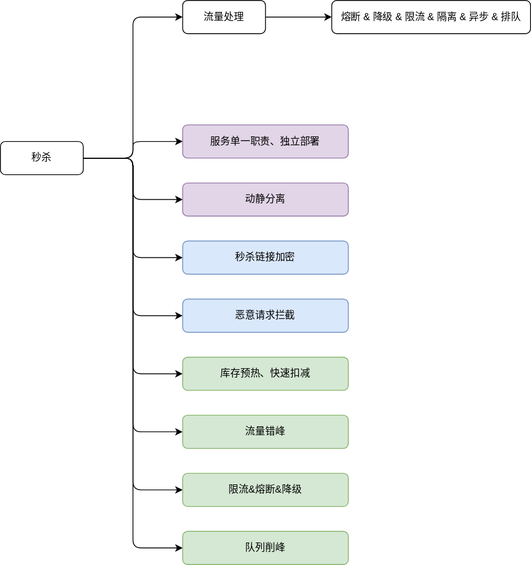
Earlier version of the draw.io export diagrams/design/01.秒杀.svg (Alice52/diagrams). Source tidied: cells renumbered, new cells last; positions are measured from the earlier drawing's top-left corner, leaving out a move shared by most shapes. The source it was exported from:
```xml
<mxGraphModel>
  <root>
    <mxCell id="0" />
    <mxCell id="1" parent="0" />
    <mxCell id="2" style="edgeStyle=orthogonalEdgeStyle;rounded=1;jettySize=auto;html=1;entryX=0;entryY=0.5;entryDx=0;entryDy=0;" parent="1" edge="1" source="11" target="13">
      <mxGeometry relative="1" as="geometry" />
    </mxCell>
    <mxCell id="3" style="edgeStyle=orthogonalEdgeStyle;rounded=1;jettySize=auto;html=1;" parent="1" edge="1" source="11" target="15">
      <mxGeometry relative="1" as="geometry" />
    </mxCell>
    <mxCell id="4" style="edgeStyle=orthogonalEdgeStyle;rounded=1;jettySize=auto;html=1;entryX=0;entryY=0.5;entryDx=0;entryDy=0;" parent="1" edge="1" source="11" target="16">
      <mxGeometry relative="1" as="geometry" />
    </mxCell>
    <mxCell id="5" style="edgeStyle=orthogonalEdgeStyle;rounded=1;jettySize=auto;html=1;entryX=0;entryY=0.5;entryDx=0;entryDy=0;" parent="1" edge="1" source="11" target="17">
      <mxGeometry relative="1" as="geometry" />
    </mxCell>
    <mxCell id="6" style="edgeStyle=orthogonalEdgeStyle;rounded=1;jettySize=auto;html=1;entryX=0;entryY=0.5;entryDx=0;entryDy=0;" parent="1" edge="1" source="11" target="18">
      <mxGeometry relative="1" as="geometry" />
    </mxCell>
    <mxCell id="7" style="edgeStyle=orthogonalEdgeStyle;rounded=1;jettySize=auto;html=1;entryX=0;entryY=0.5;entryDx=0;entryDy=0;" parent="1" edge="1" source="11" target="19">
      <mxGeometry relative="1" as="geometry" />
    </mxCell>
    <mxCell id="8" style="edgeStyle=orthogonalEdgeStyle;rounded=1;jettySize=auto;html=1;entryX=0;entryY=0.5;entryDx=0;entryDy=0;" parent="1" edge="1" source="11" target="20">
      <mxGeometry relative="1" as="geometry" />
    </mxCell>
    <mxCell id="9" style="edgeStyle=orthogonalEdgeStyle;rounded=1;jettySize=auto;html=1;entryX=0;entryY=0.5;entryDx=0;entryDy=0;" parent="1" edge="1" source="11" target="21">
      <mxGeometry relative="1" as="geometry" />
    </mxCell>
    <mxCell id="10" style="edgeStyle=orthogonalEdgeStyle;rounded=1;jettySize=auto;html=1;entryX=0;entryY=0.5;entryDx=0;entryDy=0;" parent="1" edge="1" source="11" target="22">
      <mxGeometry relative="1" as="geometry" />
    </mxCell>
    <mxCell id="11" value="秒杀" style="rounded=1;whiteSpace=wrap;html=1;" parent="1" vertex="1">
      <mxGeometry y="170" width="100" height="40" as="geometry" />
    </mxCell>
    <mxCell id="12" style="edgeStyle=orthogonalEdgeStyle;rounded=0;jettySize=auto;html=1;" parent="1" edge="1" source="13" target="14">
      <mxGeometry relative="1" as="geometry" />
    </mxCell>
    <mxCell id="13" value="流量处理" style="rounded=1;whiteSpace=wrap;html=1;" parent="1" vertex="1">
      <mxGeometry x="220" width="100" height="40" as="geometry" />
    </mxCell>
    <mxCell id="14" value="熔断 &amp;amp; 降级 &amp;amp; 限流 &amp;amp; 隔离 &amp;amp; 异步 &amp;amp; 排队" style="rounded=1;whiteSpace=wrap;html=1;" parent="1" vertex="1">
      <mxGeometry x="400" width="240" height="40" as="geometry" />
    </mxCell>
    <mxCell id="15" value="服务单一职责、独立部署" style="rounded=1;whiteSpace=wrap;html=1;fillColor=#e1d5e7;strokeColor=#9673a6;" parent="1" vertex="1">
      <mxGeometry x="220" y="150" width="200" height="40" as="geometry" />
    </mxCell>
    <mxCell id="16" value="库存预热、快速扣减" style="rounded=1;whiteSpace=wrap;html=1;fillColor=#d5e8d4;strokeColor=#82b366;" parent="1" vertex="1">
      <mxGeometry x="220" y="430" width="200" height="40" as="geometry" />
    </mxCell>
    <mxCell id="17" value="秒杀链接加密" style="rounded=1;whiteSpace=wrap;html=1;fillColor=#dae8fc;strokeColor=#6c8ebf;" parent="1" vertex="1">
      <mxGeometry x="220" y="290" width="200" height="40" as="geometry" />
    </mxCell>
    <mxCell id="18" value="动静分离" style="rounded=1;whiteSpace=wrap;html=1;fillColor=#e1d5e7;strokeColor=#9673a6;" parent="1" vertex="1">
      <mxGeometry x="220" y="220" width="200" height="40" as="geometry" />
    </mxCell>
    <mxCell id="19" value="恶意请求拦截" style="rounded=1;whiteSpace=wrap;html=1;fillColor=#dae8fc;strokeColor=#6c8ebf;" parent="1" vertex="1">
      <mxGeometry x="220" y="360" width="200" height="40" as="geometry" />
    </mxCell>
    <mxCell id="20" value="流量错峰" style="rounded=1;whiteSpace=wrap;html=1;fillColor=#d5e8d4;strokeColor=#82b366;" parent="1" vertex="1">
      <mxGeometry x="220" y="500" width="200" height="40" as="geometry" />
    </mxCell>
    <mxCell id="21" value="限流&amp;amp;熔断&amp;amp;降级" style="rounded=1;whiteSpace=wrap;html=1;fillColor=#d5e8d4;strokeColor=#82b366;" parent="1" vertex="1">
      <mxGeometry x="220" y="570" width="200" height="40" as="geometry" />
    </mxCell>
    <mxCell id="22" value="队列削峰" style="rounded=1;whiteSpace=wrap;html=1;fillColor=#d5e8d4;strokeColor=#82b366;" parent="1" vertex="1">
      <mxGeometry x="220" y="640" width="200" height="40" as="geometry" />
    </mxCell>
  </root>
</mxGraphModel>
```
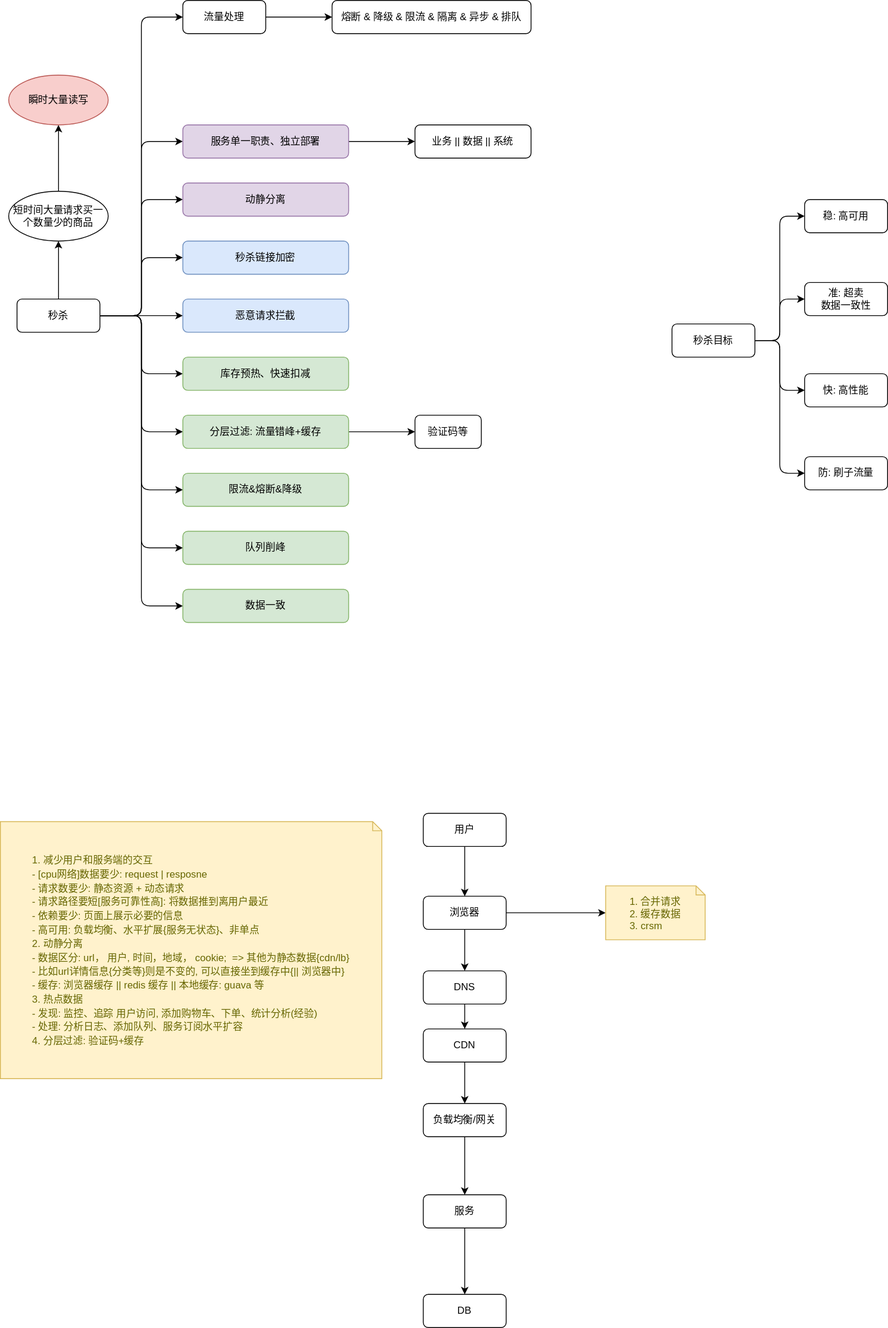
The same file after the commit.

Commit message:
digram: add seckill & dlock

The edit, as a diff of the source:
```diff
@@ -5,7 +5,7 @@
     <mxCell id="2" style="edgeStyle=orthogonalEdgeStyle;rounded=1;jettySize=auto;html=1;entryX=0;entryY=0.5;entryDx=0;entryDy=0;" parent="1" edge="1" source="11" target="13">
       <mxGeometry relative="1" as="geometry" />
     </mxCell>
-    <mxCell id="3" style="edgeStyle=orthogonalEdgeStyle;rounded=1;jettySize=auto;html=1;" parent="1" edge="1" source="11" target="15">
+    <mxCell id="3" style="edgeStyle=orthogonalEdgeStyle;rounded=1;jettySize=auto;html=1;entryX=0;entryY=0.5;entryDx=0;entryDy=0;" parent="1" edge="1" source="11" target="15">
       <mxGeometry relative="1" as="geometry" />
     </mxCell>
     <mxCell id="4" style="edgeStyle=orthogonalEdgeStyle;rounded=1;jettySize=auto;html=1;entryX=0;entryY=0.5;entryDx=0;entryDy=0;" parent="1" edge="1" source="11" target="16">
@@ -29,8 +29,14 @@
     <mxCell id="10" style="edgeStyle=orthogonalEdgeStyle;rounded=1;jettySize=auto;html=1;entryX=0;entryY=0.5;entryDx=0;entryDy=0;" parent="1" edge="1" source="11" target="22">
       <mxGeometry relative="1" as="geometry" />
     </mxCell>
+    <mxCell id="23" style="edgeStyle=orthogonalEdgeStyle;rounded=0;jettySize=auto;html=1;" parent="1" edge="1" source="11" target="28">
+      <mxGeometry relative="1" as="geometry" />
+    </mxCell>
+    <mxCell id="24" style="edgeStyle=orthogonalEdgeStyle;rounded=1;jettySize=auto;html=1;exitX=1;exitY=0.5;exitDx=0;exitDy=0;entryX=0;entryY=0.5;entryDx=0;entryDy=0;" parent="1" edge="1" source="11" target="57">
+      <mxGeometry relative="1" as="geometry" />
+    </mxCell>
     <mxCell id="11" value="秒杀" style="rounded=1;whiteSpace=wrap;html=1;" parent="1" vertex="1">
-      <mxGeometry y="170" width="100" height="40" as="geometry" />
+      <mxGeometry x="20" y="360" width="100" height="40" as="geometry" />
     </mxCell>
     <mxCell id="12" style="edgeStyle=orthogonalEdgeStyle;rounded=0;jettySize=auto;html=1;" parent="1" edge="1" source="13" target="14">
       <mxGeometry relative="1" as="geometry" />
@@ -41,6 +47,9 @@
     <mxCell id="14" value="熔断 &amp;amp; 降级 &amp;amp; 限流 &amp;amp; 隔离 &amp;amp; 异步 &amp;amp; 排队" style="rounded=1;whiteSpace=wrap;html=1;" parent="1" vertex="1">
       <mxGeometry x="400" width="240" height="40" as="geometry" />
     </mxCell>
+    <mxCell id="25" style="edgeStyle=orthogonalEdgeStyle;rounded=1;jettySize=auto;html=1;" parent="1" edge="1" source="15" target="55">
+      <mxGeometry relative="1" as="geometry" />
+    </mxCell>
     <mxCell id="15" value="服务单一职责、独立部署" style="rounded=1;whiteSpace=wrap;html=1;fillColor=#e1d5e7;strokeColor=#9673a6;" parent="1" vertex="1">
       <mxGeometry x="220" y="150" width="200" height="40" as="geometry" />
     </mxCell>
@@ -56,7 +65,10 @@
     <mxCell id="19" value="恶意请求拦截" style="rounded=1;whiteSpace=wrap;html=1;fillColor=#dae8fc;strokeColor=#6c8ebf;" parent="1" vertex="1">
       <mxGeometry x="220" y="360" width="200" height="40" as="geometry" />
     </mxCell>
+    <mxCell id="26" style="edgeStyle=orthogonalEdgeStyle;rounded=1;jettySize=auto;html=1;" parent="1" edge="1" source="20" target="56">
+      <mxGeometry relative="1" as="geometry" />
+    </mxCell>
-    <mxCell id="20" value="流量错峰" style="rounded=1;whiteSpace=wrap;html=1;fillColor=#d5e8d4;strokeColor=#82b366;" parent="1" vertex="1">
+    <mxCell id="20" value="分层过滤: 流量错峰+缓存" style="rounded=1;whiteSpace=wrap;html=1;fillColor=#d5e8d4;strokeColor=#82b366;" parent="1" vertex="1">
       <mxGeometry x="220" y="500" width="200" height="40" as="geometry" />
     </mxCell>
     <mxCell id="21" value="限流&amp;amp;熔断&amp;amp;降级" style="rounded=1;whiteSpace=wrap;html=1;fillColor=#d5e8d4;strokeColor=#82b366;" parent="1" vertex="1">
@@ -65,5 +77,98 @@
     <mxCell id="22" value="队列削峰" style="rounded=1;whiteSpace=wrap;html=1;fillColor=#d5e8d4;strokeColor=#82b366;" parent="1" vertex="1">
       <mxGeometry x="220" y="640" width="200" height="40" as="geometry" />
     </mxCell>
+    <mxCell id="27" style="edgeStyle=orthogonalEdgeStyle;rounded=0;jettySize=auto;html=1;" parent="1" edge="1" source="28" target="29">
+      <mxGeometry relative="1" as="geometry" />
+    </mxCell>
+    <mxCell id="28" value="短时间大量请求买一个数量少的商品" style="ellipse;whiteSpace=wrap;html=1;rounded=1;" parent="1" vertex="1">
+      <mxGeometry x="10" y="230" width="120" height="60" as="geometry" />
+    </mxCell>
+    <mxCell id="29" value="瞬时大量读写" style="ellipse;whiteSpace=wrap;html=1;rounded=1;fillColor=#f8cecc;strokeColor=#b85450;" parent="1" vertex="1">
+      <mxGeometry x="10" y="90" width="120" height="60" as="geometry" />
+    </mxCell>
+    <mxCell id="30" style="edgeStyle=orthogonalEdgeStyle;rounded=1;jettySize=auto;html=1;entryX=0;entryY=0.5;entryDx=0;entryDy=0;" parent="1" edge="1" source="34" target="35">
+      <mxGeometry relative="1" as="geometry" />
+    </mxCell>
+    <mxCell id="31" style="edgeStyle=orthogonalEdgeStyle;rounded=1;jettySize=auto;html=1;entryX=0;entryY=0.5;entryDx=0;entryDy=0;" parent="1" edge="1" source="34" target="36">
+      <mxGeometry relative="1" as="geometry" />
+    </mxCell>
+    <mxCell id="32" style="edgeStyle=orthogonalEdgeStyle;rounded=1;jettySize=auto;html=1;exitX=1;exitY=0.5;exitDx=0;exitDy=0;entryX=0;entryY=0.5;entryDx=0;entryDy=0;" parent="1" edge="1" source="34" target="37">
+      <mxGeometry relative="1" as="geometry" />
+    </mxCell>
+    <mxCell id="33" style="edgeStyle=orthogonalEdgeStyle;rounded=1;jettySize=auto;html=1;entryX=0;entryY=0.5;entryDx=0;entryDy=0;" parent="1" edge="1" source="34" target="38">
+      <mxGeometry relative="1" as="geometry" />
+    </mxCell>
+    <mxCell id="34" value="秒杀目标" style="rounded=1;whiteSpace=wrap;html=1;" parent="1" vertex="1">
+      <mxGeometry x="810" y="390" width="100" height="40" as="geometry" />
+    </mxCell>
+    <mxCell id="35" value="稳: 高可用" style="rounded=1;whiteSpace=wrap;html=1;" parent="1" vertex="1">
+      <mxGeometry x="970" y="240" width="100" height="40" as="geometry" />
+    </mxCell>
+    <mxCell id="36" value="准: 超卖&lt;br&gt;数据一致性" style="rounded=1;whiteSpace=wrap;html=1;" parent="1" vertex="1">
+      <mxGeometry x="970" y="340" width="100" height="40" as="geometry" />
+    </mxCell>
+    <mxCell id="37" value="快: 高性能" style="rounded=1;whiteSpace=wrap;html=1;" parent="1" vertex="1">
+      <mxGeometry x="970" y="450" width="100" height="40" as="geometry" />
+    </mxCell>
+    <mxCell id="38" value="防: 刷子流量" style="rounded=1;whiteSpace=wrap;html=1;" parent="1" vertex="1">
+      <mxGeometry x="970" y="550" width="100" height="40" as="geometry" />
+    </mxCell>
+    <mxCell id="39" style="edgeStyle=orthogonalEdgeStyle;rounded=1;jettySize=auto;html=1;" parent="1" edge="1" source="40" target="43">
+      <mxGeometry relative="1" as="geometry" />
+    </mxCell>
+    <mxCell id="40" value="用户" style="rounded=1;whiteSpace=wrap;html=1;" parent="1" vertex="1">
+      <mxGeometry x="510" y="980" width="100" height="40" as="geometry" />
+    </mxCell>
+    <mxCell id="41" style="edgeStyle=orthogonalEdgeStyle;rounded=1;jettySize=auto;html=1;entryX=0;entryY=0.5;entryDx=0;entryDy=0;entryPerimeter=0;" parent="1" edge="1" source="43" target="44">
+      <mxGeometry relative="1" as="geometry" />
+    </mxCell>
+    <mxCell id="42" style="edgeStyle=orthogonalEdgeStyle;rounded=1;jettySize=auto;html=1;" parent="1" edge="1" source="43" target="46">
+      <mxGeometry relative="1" as="geometry" />
+    </mxCell>
+    <mxCell id="43" value="浏览器" style="rounded=1;whiteSpace=wrap;html=1;" parent="1" vertex="1">
+      <mxGeometry x="510" y="1080" width="100" height="40" as="geometry" />
+    </mxCell>
+    <mxCell id="44" value="&lt;div style=&quot;text-align: left&quot;&gt;&lt;span style=&quot;font-size: 12px&quot;&gt;1. 合并请求&lt;/span&gt;&lt;/div&gt;&lt;font style=&quot;font-size: 12px&quot;&gt;&lt;div style=&quot;text-align: left&quot;&gt;&lt;span&gt;2. 缓存数据&lt;/span&gt;&lt;/div&gt;&lt;div style=&quot;text-align: left&quot;&gt;&lt;span&gt;3. crsm&lt;/span&gt;&lt;/div&gt;&lt;/font&gt;" style="shape=note;strokeWidth=1;fontSize=14;size=11;whiteSpace=wrap;html=1;fillColor=#fff2cc;strokeColor=#d6b656;fontColor=#666600;" parent="1" vertex="1">
+      <mxGeometry x="730" y="1067.5" width="120" height="65" as="geometry" />
+    </mxCell>
+    <mxCell id="45" style="edgeStyle=orthogonalEdgeStyle;rounded=1;jettySize=auto;html=1;" parent="1" edge="1" source="46" target="48">
+      <mxGeometry relative="1" as="geometry" />
+    </mxCell>
+    <mxCell id="46" value="DNS" style="rounded=1;whiteSpace=wrap;html=1;" parent="1" vertex="1">
+      <mxGeometry x="510" y="1170" width="100" height="40" as="geometry" />
+    </mxCell>
+    <mxCell id="47" style="edgeStyle=orthogonalEdgeStyle;rounded=1;jettySize=auto;html=1;" parent="1" edge="1" source="48" target="50">
+      <mxGeometry relative="1" as="geometry" />
+    </mxCell>
+    <mxCell id="48" value="CDN" style="rounded=1;whiteSpace=wrap;html=1;" parent="1" vertex="1">
+      <mxGeometry x="510" y="1240" width="100" height="40" as="geometry" />
+    </mxCell>
+    <mxCell id="49" style="edgeStyle=orthogonalEdgeStyle;rounded=1;jettySize=auto;html=1;" parent="1" edge="1" source="50" target="52">
+      <mxGeometry relative="1" as="geometry" />
+    </mxCell>
+    <mxCell id="50" value="负载均衡/网关" style="rounded=1;whiteSpace=wrap;html=1;" parent="1" vertex="1">
+      <mxGeometry x="510" y="1330" width="100" height="40" as="geometry" />
+    </mxCell>
+    <mxCell id="51" style="edgeStyle=orthogonalEdgeStyle;rounded=1;jettySize=auto;html=1;" parent="1" edge="1" source="52" target="53">
+      <mxGeometry relative="1" as="geometry" />
+    </mxCell>
+    <mxCell id="52" value="服务" style="rounded=1;whiteSpace=wrap;html=1;" parent="1" vertex="1">
+      <mxGeometry x="510" y="1440" width="100" height="40" as="geometry" />
+    </mxCell>
+    <mxCell id="53" value="DB" style="rounded=1;whiteSpace=wrap;html=1;" parent="1" vertex="1">
+      <mxGeometry x="510" y="1560" width="100" height="40" as="geometry" />
+    </mxCell>
+    <mxCell id="54" value="&lt;div style=&quot;text-align: left&quot;&gt;&lt;span style=&quot;font-size: 12px&quot;&gt;1. 减少用户和服务端的交互&lt;/span&gt;&lt;/div&gt;&lt;div style=&quot;text-align: left&quot;&gt;&lt;span style=&quot;font-size: 12px&quot;&gt;&amp;nbsp; &amp;nbsp; - [cpu网络]数据要少: request | resposne&lt;/span&gt;&lt;/div&gt;&lt;div style=&quot;text-align: left&quot;&gt;&lt;span style=&quot;font-size: 12px&quot;&gt;&amp;nbsp; &amp;nbsp; - 请求数要少: 静态资源 + 动态请求&lt;/span&gt;&lt;/div&gt;&lt;div style=&quot;text-align: left&quot;&gt;&lt;span style=&quot;font-size: 12px&quot;&gt;&amp;nbsp; &amp;nbsp; - 请求路径要短[服务可靠性高]: 将数据推到离用户最近&lt;/span&gt;&lt;/div&gt;&lt;div style=&quot;text-align: left&quot;&gt;&lt;span style=&quot;font-size: 12px&quot;&gt;&amp;nbsp; &amp;nbsp; - 依赖要少: 页面上展示必要的信息&lt;/span&gt;&lt;/div&gt;&lt;div style=&quot;text-align: left&quot;&gt;&lt;span style=&quot;font-size: 12px&quot;&gt;&amp;nbsp; &amp;nbsp; - 高可用: 负载均衡、水平扩展{服务无状态}、非单点&lt;/span&gt;&lt;/div&gt;&lt;div style=&quot;text-align: left&quot;&gt;&lt;span style=&quot;font-size: 12px&quot;&gt;2. 动静分离&lt;/span&gt;&lt;/div&gt;&lt;div style=&quot;text-align: left&quot;&gt;&lt;span style=&quot;font-size: 12px&quot;&gt;&amp;nbsp; &amp;nbsp; - 数据区分: url， 用户, 时间，地域， cookie;&amp;nbsp; =&amp;gt; 其他为静态数据{cdn/lb}&lt;/span&gt;&lt;/div&gt;&lt;div style=&quot;text-align: left&quot;&gt;&lt;span style=&quot;font-size: 12px&quot;&gt;&amp;nbsp; &amp;nbsp; - 比如url详情信息{分类等}则是不变的, 可以直接坐到缓存中{|| 浏览器中}&lt;/span&gt;&lt;/div&gt;&lt;div style=&quot;text-align: left&quot;&gt;&lt;span style=&quot;font-size: 12px&quot;&gt;&amp;nbsp; &amp;nbsp; - 缓存:&amp;nbsp;&lt;/span&gt;&lt;span style=&quot;font-size: 12px&quot;&gt;浏览器缓存 ||&lt;/span&gt;&lt;span style=&quot;font-size: 12px&quot;&gt;&amp;nbsp;redis 缓存 ||&lt;/span&gt;&lt;span style=&quot;font-size: 12px&quot;&gt;&amp;nbsp;本地缓存: guava 等&lt;/span&gt;&lt;/div&gt;&lt;div style=&quot;text-align: left&quot;&gt;&lt;span style=&quot;font-size: 12px&quot;&gt;3. 热点数据&lt;/span&gt;&lt;/div&gt;&lt;div style=&quot;text-align: left&quot;&gt;&lt;span style=&quot;font-size: 12px&quot;&gt;&amp;nbsp; &amp;nbsp; - 发现: 监控、追踪 用户访问, 添加购物车、下单、统计分析(经验)&amp;nbsp;&lt;/span&gt;&lt;/div&gt;&lt;div style=&quot;text-align: left&quot;&gt;&lt;span style=&quot;font-size: 12px&quot;&gt;&amp;nbsp; &amp;nbsp; - 处理: 分析日志、添加队列、服务订阅水平扩容&lt;/span&gt;&lt;/div&gt;&lt;div style=&quot;text-align: left&quot;&gt;&lt;span style=&quot;font-size: 12px&quot;&gt;4. 分层过滤: 验证码+缓存&lt;/span&gt;&lt;/div&gt;" style="shape=note;strokeWidth=1;fontSize=14;size=11;whiteSpace=wrap;html=1;fillColor=#fff2cc;strokeColor=#d6b656;fontColor=#666600;" parent="1" vertex="1">
+      <mxGeometry y="990" width="460" height="310" as="geometry" />
+    </mxCell>
+    <mxCell id="55" value="业务 || 数据 || 系统" style="rounded=1;whiteSpace=wrap;html=1;" parent="1" vertex="1">
+      <mxGeometry x="500" y="150" width="140" height="40" as="geometry" />
+    </mxCell>
+    <mxCell id="56" value="验证码等" style="rounded=1;whiteSpace=wrap;html=1;" parent="1" vertex="1">
+      <mxGeometry x="500" y="500" width="80" height="40" as="geometry" />
+    </mxCell>
+    <mxCell id="57" value="数据一致" style="rounded=1;whiteSpace=wrap;html=1;fillColor=#d5e8d4;strokeColor=#82b366;" parent="1" vertex="1">
+      <mxGeometry x="220" y="710" width="200" height="40" as="geometry" />
+    </mxCell>
   </root>
 </mxGraphModel>
```
